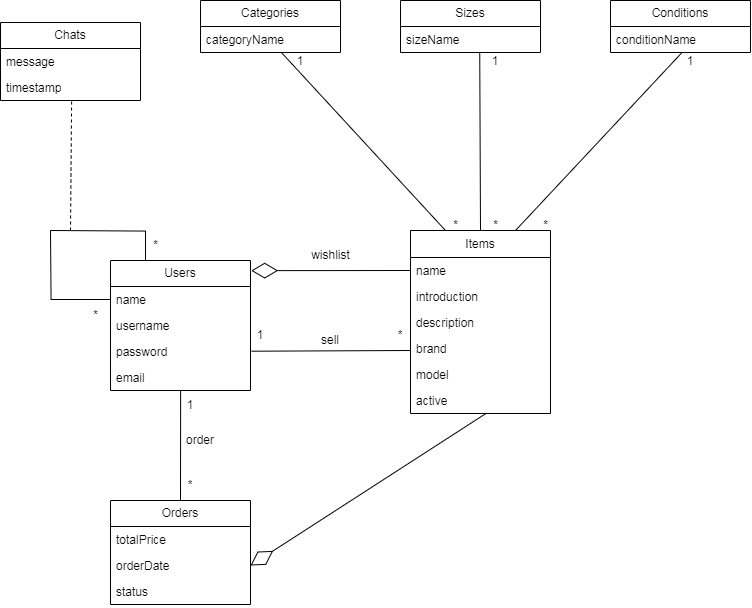
Before: docs/ltw-uml.png, a diagram exported from draw.io (leonardomagalhaes21/feup-LTW). Source tidied: cells renumbered, new cells last; positions are measured from the earlier drawing's top-left corner, leaving out a move shared by most shapes.
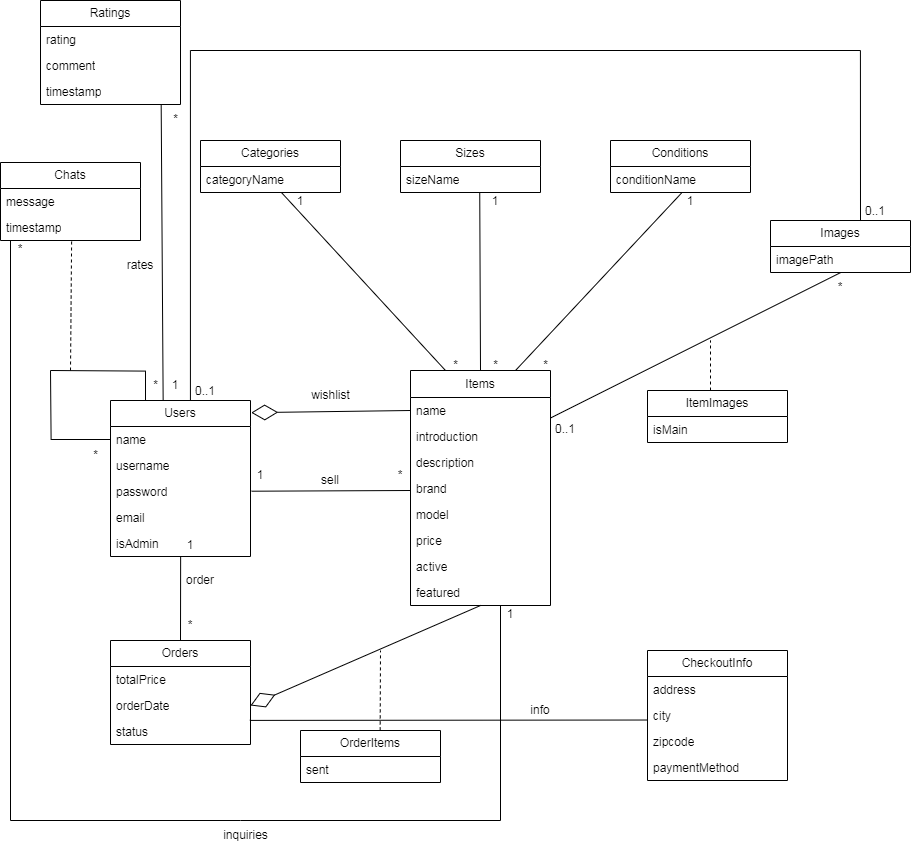
After the commit.

Diff of the diagram source:
```diff
@@ -3,7 +3,7 @@
     <mxCell id="0" />
     <mxCell id="1" parent="0" />
     <mxCell id="2" value="Users" style="swimlane;fontStyle=0;horizontal=1;startSize=26;fillColor=none;whiteSpace=wrap;html=1;" parent="1" vertex="1">
-      <mxGeometry x="110" y="260" width="140" height="130" as="geometry" />
+      <mxGeometry x="110" y="260" width="140" height="156" as="geometry" />
     </mxCell>
     <mxCell id="3" value="name" style="text;strokeColor=none;fillColor=none;align=left;verticalAlign=top;spacingLeft=4;spacingRight=4;overflow=hidden;points=[[0,0.5],[1,0.5]];portConstraint=eastwest;whiteSpace=wrap;html=1;" parent="2" vertex="1">
       <mxGeometry y="26" width="140" height="26" as="geometry" />
@@ -14,11 +14,14 @@
     <mxCell id="5" value="password" style="text;strokeColor=none;fillColor=none;align=left;verticalAlign=top;spacingLeft=4;spacingRight=4;overflow=hidden;whiteSpace=wrap;html=1;" parent="2" vertex="1">
       <mxGeometry y="78" width="140" height="26" as="geometry" />
     </mxCell>
+    <mxCell id="52" value="email" style="text;strokeColor=none;fillColor=none;align=left;verticalAlign=top;spacingLeft=4;spacingRight=4;overflow=hidden;whiteSpace=wrap;html=1;" parent="2" vertex="1">
+      <mxGeometry y="104" width="140" height="26" as="geometry" />
+    </mxCell>
-    <mxCell id="6" value="email" style="text;strokeColor=none;fillColor=none;align=left;verticalAlign=top;spacingLeft=4;spacingRight=4;overflow=hidden;points=[[0,0.5],[1,0.5]];portConstraint=eastwest;whiteSpace=wrap;html=1;" parent="2" vertex="1">
-      <mxGeometry y="104" width="140" height="26" as="geometry" />
+    <mxCell id="6" value="isAdmin" style="text;strokeColor=none;fillColor=none;align=left;verticalAlign=top;spacingLeft=4;spacingRight=4;overflow=hidden;points=[[0,0.5],[1,0.5]];portConstraint=eastwest;whiteSpace=wrap;html=1;" parent="2" vertex="1">
+      <mxGeometry y="130" width="140" height="26" as="geometry" />
     </mxCell>
     <mxCell id="7" value="Items" style="swimlane;fontStyle=0;horizontal=1;startSize=27;fillColor=none;whiteSpace=wrap;html=1;" parent="1" vertex="1">
-      <mxGeometry x="410" y="230" width="140" height="183" as="geometry" />
+      <mxGeometry x="410" y="230" width="140" height="235" as="geometry" />
     </mxCell>
     <mxCell id="8" value="name" style="text;strokeColor=none;fillColor=none;align=left;verticalAlign=top;spacingLeft=4;spacingRight=4;overflow=hidden;points=[[0,0.5],[1,0.5]];portConstraint=eastwest;whiteSpace=wrap;html=1;" parent="7" vertex="1">
       <mxGeometry y="27" width="140" height="26" as="geometry" />
@@ -35,9 +38,15 @@
     <mxCell id="12" value="model" style="text;strokeColor=none;fillColor=none;align=left;verticalAlign=top;spacingLeft=4;spacingRight=4;overflow=hidden;whiteSpace=wrap;html=1;" parent="7" vertex="1">
       <mxGeometry y="131" width="140" height="26" as="geometry" />
     </mxCell>
-    <mxCell id="13" value="active" style="text;strokeColor=none;fillColor=none;align=left;verticalAlign=top;spacingLeft=4;spacingRight=4;overflow=hidden;points=[[0,0.5],[1,0.5]];portConstraint=eastwest;whiteSpace=wrap;html=1;" parent="7" vertex="1">
+    <mxCell id="13" value="price" style="text;strokeColor=none;fillColor=none;align=left;verticalAlign=top;spacingLeft=4;spacingRight=4;overflow=hidden;points=[[0,0.5],[1,0.5]];portConstraint=eastwest;whiteSpace=wrap;html=1;" parent="7" vertex="1">
       <mxGeometry y="157" width="140" height="26" as="geometry" />
     </mxCell>
+    <mxCell id="53" value="active" style="text;strokeColor=none;fillColor=none;align=left;verticalAlign=top;spacingLeft=4;spacingRight=4;overflow=hidden;whiteSpace=wrap;html=1;" parent="7" vertex="1">
+      <mxGeometry y="183" width="140" height="26" as="geometry" />
+    </mxCell>
+    <mxCell id="54" value="featured" style="text;strokeColor=none;fillColor=none;align=left;verticalAlign=top;spacingLeft=4;spacingRight=4;overflow=hidden;points=[[0,0.5],[1,0.5]];portConstraint=eastwest;whiteSpace=wrap;html=1;" parent="7" vertex="1">
+      <mxGeometry y="209" width="140" height="26" as="geometry" />
+    </mxCell>
     <mxCell id="14" value="Categories" style="swimlane;fontStyle=0;horizontal=1;startSize=26;fillColor=none;whiteSpace=wrap;html=1;" parent="1" vertex="1">
       <mxGeometry x="200" width="140" height="52" as="geometry" />
     </mxCell>
@@ -152,7 +161,7 @@
     <mxCell id="48" value="order" style="text;html=1;align=center;verticalAlign=middle;whiteSpace=wrap;rounded=0;" parent="1" vertex="1">
       <mxGeometry x="180" y="430" width="40" height="20" as="geometry" />
     </mxCell>
-    <mxCell id="49" style="endArrow=diamondThin;endFill=0;endSize=24;html=1;rounded=0;entryX=1;entryY=0.5;entryDx=0;entryDy=0;exitX=0.54;exitY=0.996;exitDx=0;exitDy=0;exitPerimeter=0;" parent="1" edge="1" source="13" target="43">
+    <mxCell id="49" style="endArrow=diamondThin;endFill=0;endSize=24;html=1;rounded=0;entryX=1;entryY=0.5;entryDx=0;entryDy=0;exitX=0.502;exitY=0.996;exitDx=0;exitDy=0;exitPerimeter=0;" parent="1" edge="1" source="54" target="43">
       <mxGeometry relative="1" as="geometry" />
     </mxCell>
     <mxCell id="50" style="endArrow=diamondThin;endFill=0;endSize=24;html=1;rounded=0;entryX=1.005;entryY=0.078;entryDx=0;entryDy=0;exitX=0;exitY=0.5;exitDx=0;exitDy=0;entryPerimeter=0;" parent="1" edge="1" source="8" target="2">
@@ -161,5 +170,124 @@
     <mxCell id="51" value="wishlist" style="text;html=1;align=center;verticalAlign=middle;strokeColor=none;fillColor=none;" parent="1" vertex="1">
       <mxGeometry x="300" y="240" width="60" height="30" as="geometry" />
     </mxCell>
+    <mxCell id="55" value="Images" style="swimlane;fontStyle=0;horizontal=1;startSize=26;fillColor=none;whiteSpace=wrap;html=1;" parent="1" vertex="1">
+      <mxGeometry x="770" y="80" width="140" height="52" as="geometry" />
+    </mxCell>
+    <mxCell id="56" value="imagePath" style="text;strokeColor=none;fillColor=none;align=left;verticalAlign=top;spacingLeft=4;spacingRight=4;overflow=hidden;points=[[0,0.5],[1,0.5]];portConstraint=eastwest;whiteSpace=wrap;html=1;" parent="55" vertex="1">
+      <mxGeometry y="26" width="140" height="26" as="geometry" />
+    </mxCell>
+    <mxCell id="57" style="endArrow=none;html=1;rounded=0;exitX=1;exitY=-0.211;exitDx=0;exitDy=0;exitPerimeter=0;entryX=0.501;entryY=1.003;entryDx=0;entryDy=0;entryPerimeter=0;" parent="1" edge="1" source="9" target="56">
+      <mxGeometry relative="1" as="geometry" />
+    </mxCell>
+    <mxCell id="58" value="0..1" style="text;html=1;align=center;verticalAlign=middle;whiteSpace=wrap;rounded=0;" parent="1" vertex="1">
+      <mxGeometry x="550" y="280" width="30" height="18" as="geometry" />
+    </mxCell>
+    <mxCell id="59" value="*" style="text;html=1;align=center;verticalAlign=middle;whiteSpace=wrap;rounded=0;" parent="1" vertex="1">
+      <mxGeometry x="830" y="132" width="20" height="30" as="geometry" />
+    </mxCell>
+    <mxCell id="60" style="endArrow=none;dashed=1;html=1;rounded=0;" parent="1" edge="1">
+      <mxGeometry relative="1" as="geometry">
+        <mxPoint x="710" y="250" as="sourcePoint" />
+        <mxPoint x="710" y="200" as="targetPoint" />
+      </mxGeometry>
+    </mxCell>
+    <mxCell id="61" value="ItemImages" style="swimlane;fontStyle=0;horizontal=1;startSize=26;fillColor=none;whiteSpace=wrap;html=1;" parent="1" vertex="1">
+      <mxGeometry x="647" y="250" width="140" height="52" as="geometry" />
+    </mxCell>
+    <mxCell id="62" value="isMain" style="text;strokeColor=none;fillColor=none;align=left;verticalAlign=top;spacingLeft=4;spacingRight=4;overflow=hidden;whiteSpace=wrap;html=1;" parent="61" vertex="1">
+      <mxGeometry y="26" width="140" height="26" as="geometry" />
+    </mxCell>
+    <mxCell id="63" style="endArrow=none;startArrow=none;endFill=0;startFill=0;endSize=8;html=1;verticalAlign=bottom;labelBackgroundColor=none;strokeWidth=1;rounded=0;exitX=0.5;exitY=0;exitDx=0;exitDy=0;entryX=0.572;entryY=0.01;entryDx=0;entryDy=0;entryPerimeter=0;" parent="1" edge="1">
+      <mxGeometry relative="1" as="geometry">
+        <mxPoint x="189.9" y="260" as="sourcePoint" />
+        <mxPoint x="860" y="80.5" as="targetPoint" />
+        <Array as="points">
+          <mxPoint x="189.9" y="-90" />
+          <mxPoint x="859.9" y="-90" />
+        </Array>
+      </mxGeometry>
+    </mxCell>
+    <mxCell id="64" value="0..1" style="text;html=1;align=center;verticalAlign=middle;whiteSpace=wrap;rounded=0;" parent="1" vertex="1">
+      <mxGeometry x="190" y="242" width="30" height="18" as="geometry" />
+    </mxCell>
+    <mxCell id="65" value="0..1" style="text;html=1;align=center;verticalAlign=middle;whiteSpace=wrap;rounded=0;" parent="1" vertex="1">
+      <mxGeometry x="860" y="62" width="30" height="18" as="geometry" />
+    </mxCell>
+    <mxCell id="66" style="endArrow=none;html=1;rounded=0;entryX=0;entryY=0;entryDx=0;entryDy=0;exitX=0;exitY=0;exitDx=0;exitDy=0;" parent="1" edge="1" source="68" target="67">
+      <mxGeometry relative="1" as="geometry">
+        <Array as="points">
+          <mxPoint x="10" y="680" />
+          <mxPoint x="240" y="680" />
+          <mxPoint x="500" y="680" />
+        </Array>
+      </mxGeometry>
+    </mxCell>
+    <mxCell id="67" value="1" style="text;html=1;align=center;verticalAlign=middle;whiteSpace=wrap;rounded=0;" parent="1" vertex="1">
+      <mxGeometry x="500" y="465" width="20" height="18" as="geometry" />
+    </mxCell>
+    <mxCell id="68" value="*" style="text;html=1;align=center;verticalAlign=middle;whiteSpace=wrap;rounded=0;" parent="1" vertex="1">
+      <mxGeometry x="10" y="100" width="20" height="18" as="geometry" />
+    </mxCell>
+    <mxCell id="69" value="inquiries" style="text;html=1;align=center;verticalAlign=middle;strokeColor=none;fillColor=none;" parent="1" vertex="1">
+      <mxGeometry x="210" y="680" width="70" height="30" as="geometry" />
+    </mxCell>
+    <mxCell id="70" value="OrderItems" style="swimlane;fontStyle=0;horizontal=1;startSize=26;fillColor=none;whiteSpace=wrap;html=1;" parent="1" vertex="1">
+      <mxGeometry x="300" y="590" width="140" height="52" as="geometry" />
+    </mxCell>
+    <mxCell id="71" value="sent" style="text;strokeColor=none;fillColor=none;align=left;verticalAlign=top;spacingLeft=4;spacingRight=4;overflow=hidden;whiteSpace=wrap;html=1;" parent="70" vertex="1">
+      <mxGeometry y="26" width="140" height="26" as="geometry" />
+    </mxCell>
+    <mxCell id="72" style="endArrow=none;dashed=1;html=1;rounded=0;exitX=0.569;exitY=-0.002;exitDx=0;exitDy=0;exitPerimeter=0;" parent="1" edge="1" source="70">
+      <mxGeometry relative="1" as="geometry">
+        <mxPoint x="380" y="510" as="targetPoint" />
+      </mxGeometry>
+    </mxCell>
+    <mxCell id="73" value="CheckoutInfo" style="swimlane;fontStyle=0;horizontal=1;startSize=26;fillColor=none;whiteSpace=wrap;html=1;" parent="1" vertex="1">
+      <mxGeometry x="647" y="510" width="140" height="130" as="geometry" />
+    </mxCell>
+    <mxCell id="74" value="address" style="text;strokeColor=none;fillColor=none;align=left;verticalAlign=top;spacingLeft=4;spacingRight=4;overflow=hidden;whiteSpace=wrap;html=1;" parent="73" vertex="1">
+      <mxGeometry y="26" width="140" height="26" as="geometry" />
+    </mxCell>
+    <mxCell id="75" value="city" style="text;strokeColor=none;fillColor=none;align=left;verticalAlign=top;spacingLeft=4;spacingRight=4;overflow=hidden;points=[[0,0.5],[1,0.5]];portConstraint=eastwest;whiteSpace=wrap;html=1;" parent="73" vertex="1">
+      <mxGeometry y="52" width="140" height="26" as="geometry" />
+    </mxCell>
+    <mxCell id="76" value="zipcode" style="text;strokeColor=none;fillColor=none;align=left;verticalAlign=top;spacingLeft=4;spacingRight=4;overflow=hidden;whiteSpace=wrap;html=1;" parent="73" vertex="1">
+      <mxGeometry y="78" width="140" height="26" as="geometry" />
+    </mxCell>
+    <mxCell id="77" value="paymentMethod" style="text;strokeColor=none;fillColor=none;align=left;verticalAlign=top;spacingLeft=4;spacingRight=4;overflow=hidden;whiteSpace=wrap;html=1;" parent="73" vertex="1">
+      <mxGeometry y="104" width="140" height="26" as="geometry" />
+    </mxCell>
+    <mxCell id="78" style="endArrow=none;html=1;rounded=0;exitX=0.995;exitY=1.073;exitDx=0;exitDy=0;exitPerimeter=0;entryX=0.001;entryY=0.674;entryDx=0;entryDy=0;entryPerimeter=0;" parent="1" edge="1" source="43" target="75">
+      <mxGeometry relative="1" as="geometry" />
+    </mxCell>
+    <mxCell id="79" value="info" style="text;html=1;align=center;verticalAlign=middle;whiteSpace=wrap;rounded=0;" parent="1" vertex="1">
+      <mxGeometry x="520" y="560" width="40" height="20" as="geometry" />
+    </mxCell>
+    <mxCell id="80" value="Ratings" style="swimlane;fontStyle=0;horizontal=1;startSize=26;fillColor=none;whiteSpace=wrap;html=1;" parent="1" vertex="1">
+      <mxGeometry x="40" y="-140" width="140" height="104" as="geometry" />
+    </mxCell>
+    <mxCell id="81" value="rating" style="text;strokeColor=none;fillColor=none;align=left;verticalAlign=top;spacingLeft=4;spacingRight=4;overflow=hidden;whiteSpace=wrap;html=1;" parent="80" vertex="1">
+      <mxGeometry y="26" width="140" height="26" as="geometry" />
+    </mxCell>
+    <mxCell id="82" value="comment" style="text;strokeColor=none;fillColor=none;align=left;verticalAlign=top;spacingLeft=4;spacingRight=4;overflow=hidden;whiteSpace=wrap;html=1;" parent="80" vertex="1">
+      <mxGeometry y="52" width="140" height="26" as="geometry" />
+    </mxCell>
+    <mxCell id="83" value="timestamp" style="text;strokeColor=none;fillColor=none;align=left;verticalAlign=top;spacingLeft=4;spacingRight=4;overflow=hidden;points=[[0,0.5],[1,0.5]];portConstraint=eastwest;whiteSpace=wrap;html=1;" parent="80" vertex="1">
+      <mxGeometry y="78" width="140" height="26" as="geometry" />
+    </mxCell>
+    <mxCell id="84" style="endArrow=none;html=1;rounded=0;entryX=0.862;entryY=1.007;entryDx=0;entryDy=0;entryPerimeter=0;exitX=0.755;exitY=1.023;exitDx=0;exitDy=0;exitPerimeter=0;" parent="1" edge="1" target="83">
+      <mxGeometry relative="1" as="geometry">
+        <mxPoint x="162.6" y="260" as="sourcePoint" />
+      </mxGeometry>
+    </mxCell>
+    <mxCell id="85" value="*" style="text;html=1;align=center;verticalAlign=middle;strokeColor=none;fillColor=none;" parent="1" vertex="1">
+      <mxGeometry x="160" y="-36" width="30" height="30" as="geometry" />
+    </mxCell>
+    <mxCell id="86" value="1" style="text;html=1;align=center;verticalAlign=middle;whiteSpace=wrap;rounded=0;" parent="1" vertex="1">
+      <mxGeometry x="160" y="230" width="30" height="30" as="geometry" />
+    </mxCell>
+    <mxCell id="87" value="rates" style="text;html=1;align=center;verticalAlign=middle;whiteSpace=wrap;rounded=0;" parent="1" vertex="1">
+      <mxGeometry x="110" y="110" width="60" height="30" as="geometry" />
+    </mxCell>
   </root>
 </mxGraphModel>
```
